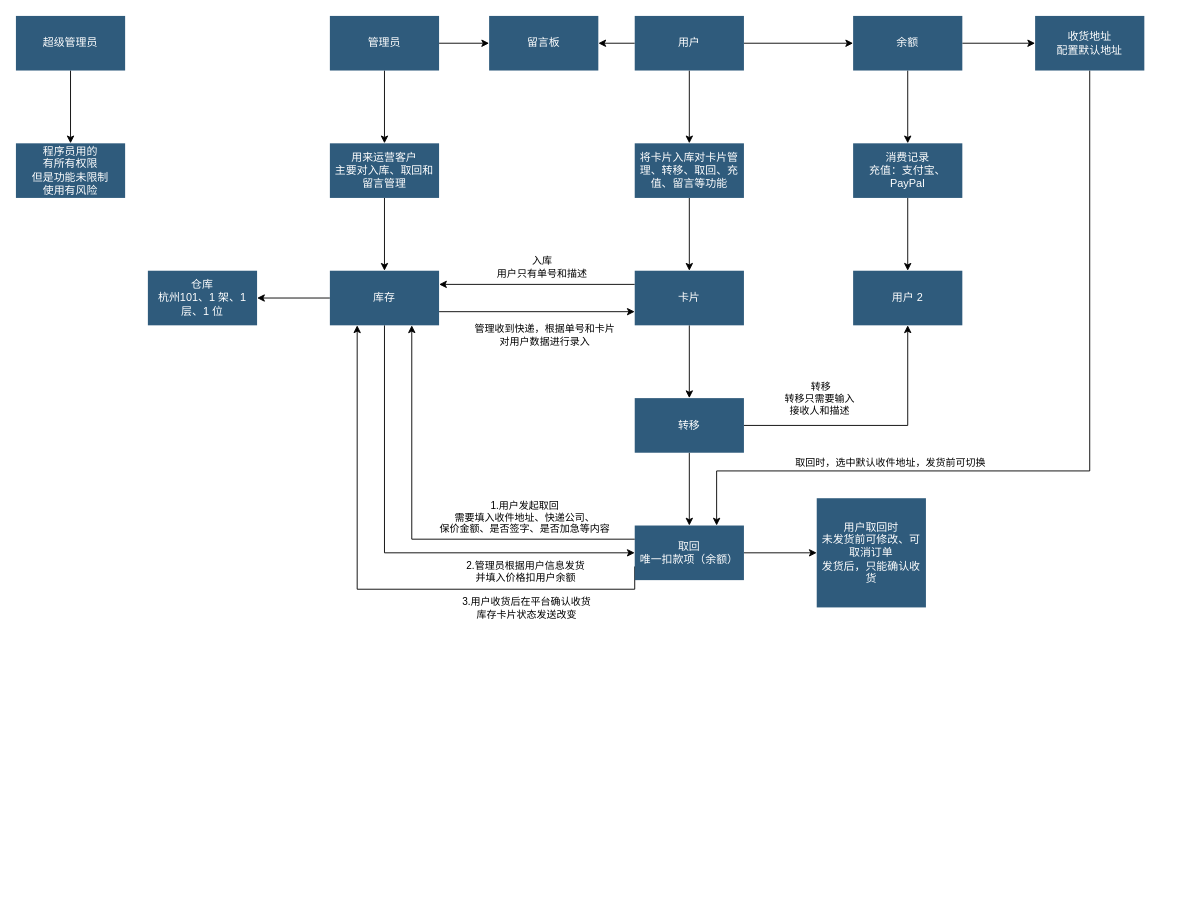
xiaoming728/draw keeps this draw.io diagram as Card.drawio. Above is the earlier version. Source tidied: cells renumbered, new cells numbered last; positions are measured from the earlier drawing's top-left corner, leaving out a move shared by most shapes. Both pictures are drawn from the tidied source at 91%, with x=0, y=0 at pixel (15, 15).
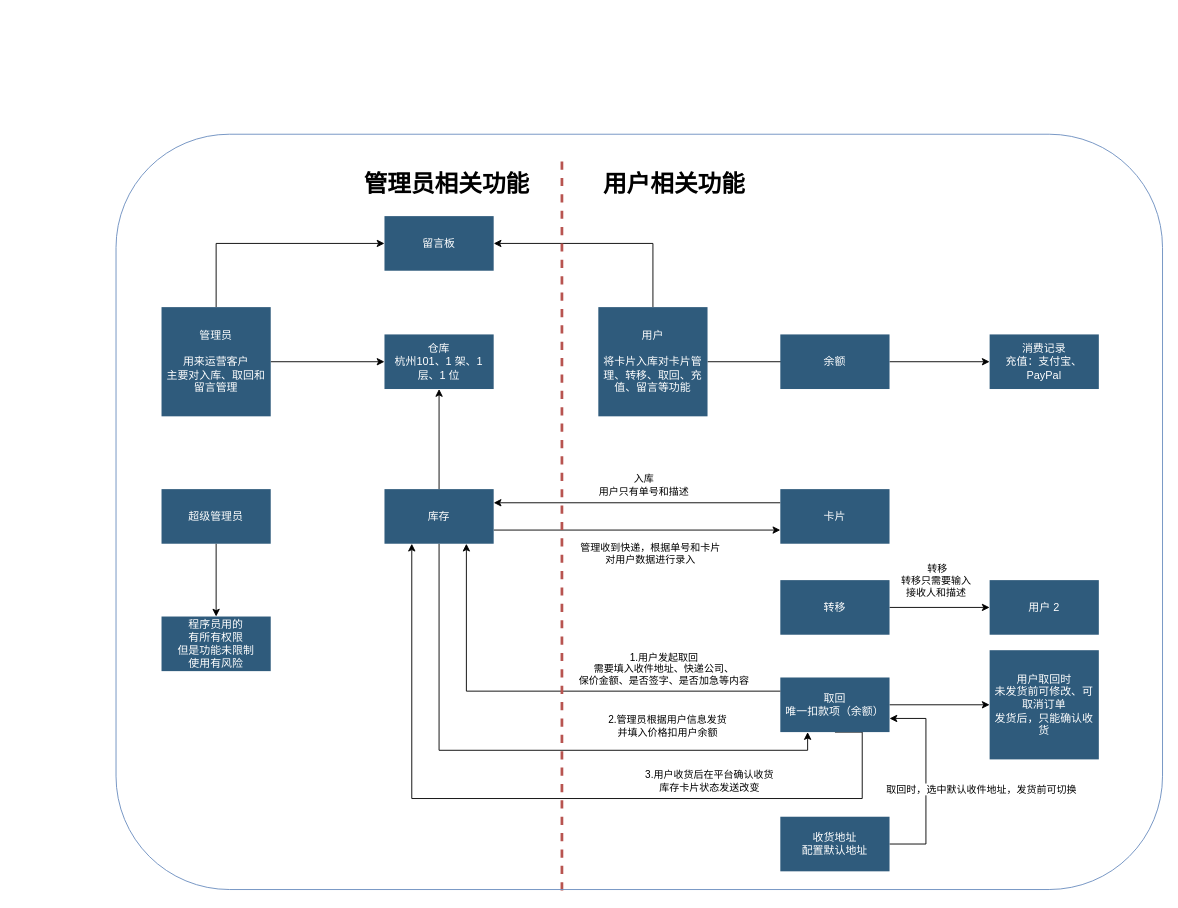
The same diagram, later.

Unchanged cells that the change refers to:
```xml
<mxCell id="19" style="edgeStyle=orthogonalEdgeStyle;rounded=0;jettySize=auto;html=1;exitX=1;exitY=0.5;exitDx=0;exitDy=0;" parent="1" edge="1" source="29" target="34">
  <mxGeometry relative="1" as="geometry" />
</mxCell>
```

Diff of the diagram source:
```diff
@@
     <mxCell id="3" value="超级管理员" style="whiteSpace=wrap;shadow=0;fontColor=#FFFFFF;fontFamily=Helvetica;fontStyle=0;html=1;fontSize=12;plain-purple;strokeColor=none;fillColor=#2f5b7c;gradientColor=none;spacing=6;verticalAlign=middle;" parent="1" vertex="1">
-      <mxGeometry width="120" height="60" as="geometry" />
+      <mxGeometry x="160" y="520" width="120" height="60" as="geometry" />
     </mxCell>
-    <mxCell id="4" style="edgeStyle=orthogonalEdgeStyle;rounded=0;jettySize=auto;html=1;" parent="1" edge="1" source="6" target="13">
-      <mxGeometry relative="1" as="geometry" />
-    </mxCell>
-    <mxCell id="5" style="edgeStyle=orthogonalEdgeStyle;rounded=0;jettySize=auto;html=1;exitX=1;exitY=0.5;exitDx=0;exitDy=0;entryX=0;entryY=0.5;entryDx=0;entryDy=0;" parent="1" edge="1" source="6" target="47">
+    <mxCell id="5" style="edgeStyle=orthogonalEdgeStyle;rounded=0;jettySize=auto;html=1;exitX=0.5;exitY=0;exitDx=0;exitDy=0;entryX=0;entryY=0.5;entryDx=0;entryDy=0;" parent="1" edge="1" source="6" target="47">
       <mxGeometry relative="1" as="geometry" />
     </mxCell>
+    <mxCell id="48" style="edgeStyle=orthogonalEdgeStyle;rounded=0;jettySize=auto;html=1;entryX=0;entryY=0.5;entryDx=0;entryDy=0;" parent="1" edge="1" source="6" target="46">
+      <mxGeometry relative="1" as="geometry" />
+    </mxCell>
-    <mxCell id="6" value="管理员" style="whiteSpace=wrap;shadow=0;fontColor=#FFFFFF;fontFamily=Helvetica;fontStyle=0;html=1;fontSize=12;plain-purple;strokeColor=none;fillColor=#2f5b7c;gradientColor=none;spacing=6;verticalAlign=middle;" parent="1" vertex="1">
-      <mxGeometry x="345" width="120" height="60" as="geometry" />
+    <mxCell id="6" value="管理员&lt;div&gt;&lt;br&gt;&lt;/div&gt;&lt;div&gt;用来运营客户&lt;div&gt;主要对入库、取回和留言管理&lt;/div&gt;&lt;/div&gt;" style="whiteSpace=wrap;shadow=0;fontColor=#FFFFFF;fontFamily=Helvetica;fontStyle=0;html=1;fontSize=12;plain-purple;strokeColor=none;fillColor=#2f5b7c;gradientColor=none;spacing=6;verticalAlign=middle;" parent="1" vertex="1">
+      <mxGeometry x="160" y="320" width="120" height="120" as="geometry" />
     </mxCell>
-    <mxCell id="7" style="edgeStyle=orthogonalEdgeStyle;rounded=0;jettySize=auto;html=1;" parent="1" edge="1" source="10" target="15">
-      <mxGeometry relative="1" as="geometry" />
-    </mxCell>
-    <mxCell id="8" style="edgeStyle=orthogonalEdgeStyle;rounded=0;jettySize=auto;html=1;" parent="1" edge="1" source="10" target="40">
-      <mxGeometry relative="1" as="geometry" />
+    <mxCell id="8" style="edgeStyle=orthogonalEdgeStyle;rounded=0;jettySize=auto;html=1;entryX=0;entryY=0.5;entryDx=0;entryDy=0;" parent="1" edge="1" source="10" target="40">
+      <mxGeometry relative="1" as="geometry">
+        <Array as="points">
+          <mxPoint x="870" y="380" />
+          <mxPoint x="870" y="380" />
+        </Array>
+      </mxGeometry>
     </mxCell>
-    <mxCell id="9" style="edgeStyle=orthogonalEdgeStyle;rounded=0;jettySize=auto;html=1;" parent="1" edge="1" source="10" target="47">
+    <mxCell id="9" style="edgeStyle=orthogonalEdgeStyle;rounded=0;jettySize=auto;html=1;entryX=1;entryY=0.5;entryDx=0;entryDy=0;exitX=0.5;exitY=0;exitDx=0;exitDy=0;" parent="1" edge="1" source="10" target="47">
       <mxGeometry relative="1" as="geometry" />
     </mxCell>
-    <mxCell id="10" value="用户" style="whiteSpace=wrap;shadow=0;fontColor=#FFFFFF;fontFamily=Helvetica;fontStyle=0;html=1;fontSize=12;plain-purple;strokeColor=none;fillColor=#2f5b7c;gradientColor=none;spacing=6;verticalAlign=middle;" parent="1" vertex="1">
-      <mxGeometry x="680" width="120" height="60" as="geometry" />
+    <mxCell id="10" value="用户&lt;div&gt;&lt;br&gt;&lt;/div&gt;&lt;div&gt;将卡片入库对卡片管理、转移、取回、充值、留言等功能&lt;/div&gt;" style="whiteSpace=wrap;shadow=0;fontColor=#FFFFFF;fontFamily=Helvetica;fontStyle=0;html=1;fontSize=12;plain-purple;strokeColor=none;fillColor=#2f5b7c;gradientColor=none;spacing=6;verticalAlign=middle;" parent="1" vertex="1">
+      <mxGeometry x="640" y="320" width="120" height="120" as="geometry" />
     </mxCell>
     <mxCell id="11" value="程序员用的&lt;div&gt;有所有权限&lt;/div&gt;&lt;div&gt;但是功能未限制&lt;/div&gt;&lt;div&gt;使用有风险&lt;/div&gt;" style="whiteSpace=wrap;html=1;fillColor=#2f5b7c;strokeColor=none;fontColor=#FFFFFF;shadow=0;fontStyle=0;gradientColor=none;spacing=6;" parent="1" vertex="1">
-      <mxGeometry y="140" width="120" height="60" as="geometry" />
+      <mxGeometry x="160" y="660" width="120" height="60" as="geometry" />
     </mxCell>
-    <mxCell id="12" style="edgeStyle=orthogonalEdgeStyle;rounded=0;jettySize=auto;html=1;" parent="1" edge="1" source="13" target="27">
-      <mxGeometry relative="1" as="geometry" />
-    </mxCell>
-    <mxCell id="13" value="用来运营客户&lt;div&gt;主要对入库、取回和留言管理&lt;/div&gt;" style="whiteSpace=wrap;html=1;fillColor=#2f5b7c;strokeColor=none;fontColor=#FFFFFF;shadow=0;fontStyle=0;gradientColor=none;spacing=6;" parent="1" vertex="1">
-      <mxGeometry x="345" y="140" width="120" height="60" as="geometry" />
-    </mxCell>
-    <mxCell id="14" style="edgeStyle=orthogonalEdgeStyle;rounded=0;jettySize=auto;html=1;" parent="1" edge="1" source="15" target="21">
-      <mxGeometry relative="1" as="geometry" />
-    </mxCell>
-    <mxCell id="15" value="将卡片入库对卡片管理、转移、取回、充值、留言等功能" style="whiteSpace=wrap;html=1;fillColor=#2f5b7c;strokeColor=none;fontColor=#FFFFFF;shadow=0;fontStyle=0;gradientColor=none;spacing=6;" parent="1" vertex="1">
-      <mxGeometry x="680" y="140" width="120" height="60" as="geometry" />
-    </mxCell>
@@
-    <mxCell id="18" style="edgeStyle=orthogonalEdgeStyle;rounded=0;jettySize=auto;html=1;" parent="1" edge="1" source="21" target="29">
-      <mxGeometry relative="1" as="geometry" />
-    </mxCell>
@@
     <mxCell id="20" value="&amp;nbsp;转移&lt;div&gt;转移只需要输入&lt;/div&gt;&lt;div&gt;接收人和描述&lt;/div&gt;" style="edgeLabel;html=1;align=center;verticalAlign=middle;" parent="19" vertex="1">
       <mxGeometry x="-0.63" y="-2" relative="1" as="geometry">
-        <mxPoint x="28" y="-32" as="offset" />
+        <mxPoint x="30" y="-32" as="offset" />
       </mxGeometry>
     </mxCell>
     <mxCell id="21" value="卡片" style="whiteSpace=wrap;html=1;fillColor=#2f5b7c;strokeColor=none;fontColor=#FFFFFF;shadow=0;fontStyle=0;gradientColor=none;spacing=6;" parent="1" vertex="1">
-      <mxGeometry x="680" y="280" width="120" height="60" as="geometry" />
+      <mxGeometry x="840" y="520" width="120" height="60" as="geometry" />
     </mxCell>
@@
-    <mxCell id="24" style="edgeStyle=orthogonalEdgeStyle;rounded=0;jettySize=auto;html=1;exitX=0.5;exitY=1;exitDx=0;exitDy=0;entryX=0;entryY=0.5;entryDx=0;entryDy=0;" parent="1" edge="1" source="27" target="33">
+    <mxCell id="24" style="edgeStyle=orthogonalEdgeStyle;rounded=0;jettySize=auto;html=1;exitX=0.5;exitY=1;exitDx=0;exitDy=0;entryX=0.25;entryY=1;entryDx=0;entryDy=0;" parent="1" edge="1" source="27" target="33">
       <mxGeometry relative="1" as="geometry" />
     </mxCell>
     <mxCell id="25" value="2.管理员根据用户信息发货&lt;div&gt;并填入价格扣用户余额&lt;/div&gt;" style="edgeLabel;html=1;align=center;verticalAlign=middle;" parent="24" vertex="1">
       <mxGeometry x="0.49" y="-2" relative="1" as="geometry">
-        <mxPoint x="13" y="18" as="offset" />
+        <mxPoint x="-9" y="-29" as="offset" />
       </mxGeometry>
     </mxCell>
@@
     <mxCell id="27" value="库存" style="whiteSpace=wrap;html=1;fillColor=#2f5b7c;strokeColor=none;fontColor=#FFFFFF;shadow=0;fontStyle=0;gradientColor=none;spacing=6;" parent="1" vertex="1">
-      <mxGeometry x="345" y="280" width="120" height="60" as="geometry" />
+      <mxGeometry x="405" y="520" width="120" height="60" as="geometry" />
     </mxCell>
-    <mxCell id="28" style="edgeStyle=orthogonalEdgeStyle;rounded=0;jettySize=auto;html=1;" parent="1" edge="1" source="29" target="33">
-      <mxGeometry relative="1" as="geometry" />
-    </mxCell>
     <mxCell id="29" value="转移" style="whiteSpace=wrap;html=1;fillColor=#2f5b7c;strokeColor=none;fontColor=#FFFFFF;shadow=0;fontStyle=0;gradientColor=none;spacing=6;" parent="1" vertex="1">
-      <mxGeometry x="680" y="420" width="120" height="60" as="geometry" />
+      <mxGeometry x="840" y="620" width="120" height="60" as="geometry" />
     </mxCell>
-    <mxCell id="30" style="edgeStyle=orthogonalEdgeStyle;rounded=0;jettySize=auto;html=1;exitX=0;exitY=0.75;exitDx=0;exitDy=0;entryX=0.25;entryY=1;entryDx=0;entryDy=0;" parent="1" edge="1" source="33" target="27">
+    <mxCell id="30" style="edgeStyle=orthogonalEdgeStyle;rounded=0;jettySize=auto;html=1;exitX=0.5;exitY=1;exitDx=0;exitDy=0;entryX=0.25;entryY=1;entryDx=0;entryDy=0;" parent="1" edge="1" source="33" target="27">
       <mxGeometry relative="1" as="geometry">
         <Array as="points">
-          <mxPoint x="680" y="630" />
-          <mxPoint x="375" y="630" />
+          <mxPoint x="930" y="787" />
+          <mxPoint x="930" y="860" />
+          <mxPoint x="435" y="860" />
         </Array>
       </mxGeometry>
     </mxCell>
     <mxCell id="31" value="3.用户收货后在平台确认收货&lt;div&gt;库存卡片状态发送改变&lt;/div&gt;" style="edgeLabel;html=1;align=center;verticalAlign=middle;" parent="30" vertex="1">
       <mxGeometry x="-0.48" y="2" relative="1" as="geometry">
-        <mxPoint x="16" y="18" as="offset" />
+        <mxPoint x="-44" y="-22" as="offset" />
       </mxGeometry>
     </mxCell>
-    <mxCell id="32" style="edgeStyle=orthogonalEdgeStyle;rounded=0;jettySize=auto;html=1;" parent="1" edge="1" source="33" target="37">
+    <mxCell id="32" style="edgeStyle=orthogonalEdgeStyle;rounded=0;jettySize=auto;html=1;entryX=0;entryY=0.5;entryDx=0;entryDy=0;" parent="1" edge="1" source="33" target="37">
       <mxGeometry relative="1" as="geometry" />
     </mxCell>
     <mxCell id="33" value="取回&lt;div&gt;唯一扣款项（余额）&lt;/div&gt;" style="whiteSpace=wrap;html=1;fillColor=#2f5b7c;strokeColor=none;fontColor=#FFFFFF;shadow=0;fontStyle=0;gradientColor=none;spacing=6;" parent="1" vertex="1">
-      <mxGeometry x="680" y="560" width="120" height="60" as="geometry" />
+      <mxGeometry x="840" y="727" width="120" height="60" as="geometry" />
     </mxCell>
     <mxCell id="34" value="用户 2" style="whiteSpace=wrap;shadow=0;fontColor=#FFFFFF;fontFamily=Helvetica;fontStyle=0;html=1;fontSize=12;plain-purple;strokeColor=none;fillColor=#2f5b7c;gradientColor=none;spacing=6;verticalAlign=middle;" parent="1" vertex="1">
-      <mxGeometry x="920" y="280" width="120" height="60" as="geometry" />
+      <mxGeometry x="1070" y="620" width="120" height="60" as="geometry" />
     </mxCell>
@@
     <mxCell id="37" value="用户取回时&lt;div&gt;未发货前可修改、可取消订单&lt;/div&gt;&lt;div&gt;发货后，只能确认收货&lt;/div&gt;" style="whiteSpace=wrap;html=1;fillColor=#2f5b7c;strokeColor=none;fontColor=#FFFFFF;shadow=0;fontStyle=0;gradientColor=none;spacing=6;" parent="1" vertex="1">
-      <mxGeometry x="880" y="530" width="120" height="120" as="geometry" />
+      <mxGeometry x="1070" y="697" width="120" height="120" as="geometry" />
     </mxCell>
@@
-    <mxCell id="39" style="edgeStyle=orthogonalEdgeStyle;rounded=0;jettySize=auto;html=1;" parent="1" edge="1" source="40" target="45">
-      <mxGeometry relative="1" as="geometry" />
-    </mxCell>
     <mxCell id="40" value="余额" style="whiteSpace=wrap;html=1;fillColor=#2f5b7c;strokeColor=none;fontColor=#FFFFFF;shadow=0;fontStyle=0;gradientColor=none;spacing=6;" parent="1" vertex="1">
-      <mxGeometry x="920" width="120" height="60" as="geometry" />
+      <mxGeometry x="840" y="350" width="120" height="60" as="geometry" />
     </mxCell>
-    <mxCell id="41" style="edgeStyle=orthogonalEdgeStyle;rounded=0;jettySize=auto;html=1;" parent="1" edge="1" source="42" target="34">
-      <mxGeometry relative="1" as="geometry" />
-    </mxCell>
     <mxCell id="42" value="消费记录&lt;div&gt;充值：支付宝、PayPal&lt;/div&gt;" style="whiteSpace=wrap;html=1;fillColor=#2f5b7c;strokeColor=none;fontColor=#FFFFFF;shadow=0;fontStyle=0;gradientColor=none;spacing=6;" parent="1" vertex="1">
-      <mxGeometry x="920" y="140" width="120" height="60" as="geometry" />
+      <mxGeometry x="1070" y="350" width="120" height="60" as="geometry" />
     </mxCell>
-    <mxCell id="43" style="edgeStyle=orthogonalEdgeStyle;rounded=0;jettySize=auto;html=1;exitX=0.5;exitY=1;exitDx=0;exitDy=0;entryX=0.75;entryY=0;entryDx=0;entryDy=0;" parent="1" edge="1" source="45" target="33">
+    <mxCell id="43" style="edgeStyle=orthogonalEdgeStyle;rounded=0;jettySize=auto;html=1;exitX=1;exitY=0.5;exitDx=0;exitDy=0;entryX=1;entryY=0.75;entryDx=0;entryDy=0;" parent="1" edge="1" source="45" target="33">
       <mxGeometry relative="1" as="geometry">
         <Array as="points">
-          <mxPoint x="1180" y="500" />
-          <mxPoint x="770" y="500" />
+          <mxPoint x="1000" y="910" />
+          <mxPoint x="1000" y="772" />
         </Array>
       </mxGeometry>
     </mxCell>
     <mxCell id="44" value="取回时，选中默认收件地址，发货前可切换" style="edgeLabel;html=1;align=center;verticalAlign=middle;" parent="43" vertex="1">
       <mxGeometry x="0.5" y="-3" relative="1" as="geometry">
-        <mxPoint x="23" y="-7" as="offset" />
+        <mxPoint x="57" y="63" as="offset" />
       </mxGeometry>
     </mxCell>
     <mxCell id="45" value="收货地址&lt;div&gt;配置默认地址&lt;/div&gt;" style="whiteSpace=wrap;html=1;fillColor=#2f5b7c;strokeColor=none;fontColor=#FFFFFF;shadow=0;fontStyle=0;gradientColor=none;spacing=6;" parent="1" vertex="1">
-      <mxGeometry x="1120" width="120" height="60" as="geometry" />
+      <mxGeometry x="840" y="880" width="120" height="60" as="geometry" />
     </mxCell>
     <mxCell id="46" value="仓库&lt;div&gt;杭州101、1 架、1 层、1 位&lt;/div&gt;" style="whiteSpace=wrap;html=1;fillColor=#2f5b7c;strokeColor=none;fontColor=#FFFFFF;shadow=0;fontStyle=0;gradientColor=none;spacing=6;" parent="1" vertex="1">
-      <mxGeometry x="145" y="280" width="120" height="60" as="geometry" />
+      <mxGeometry x="405" y="350" width="120" height="60" as="geometry" />
     </mxCell>
     <mxCell id="47" value="留言板" style="whiteSpace=wrap;html=1;fillColor=#2f5b7c;strokeColor=none;fontColor=#FFFFFF;shadow=0;fontStyle=0;gradientColor=none;spacing=6;" parent="1" vertex="1">
-      <mxGeometry x="520" width="120" height="60" as="geometry" />
+      <mxGeometry x="405" y="220" width="120" height="60" as="geometry" />
     </mxCell>
+    <mxCell id="49" style="endArrow=none;html=1;rounded=0;dashed=1;strokeWidth=3;fillColor=#f8cecc;strokeColor=#b85450;" parent="1" edge="1">
+      <mxGeometry relative="1" as="geometry">
+        <mxPoint x="600" y="961" as="sourcePoint" />
+        <mxPoint x="600" y="160" as="targetPoint" />
+      </mxGeometry>
+    </mxCell>
+    <mxCell id="50" value="&lt;b&gt;&lt;font style=&quot;font-size: 26px;&quot;&gt;&amp;nbsp;用户相关功能&lt;/font&gt;&lt;/b&gt;" style="text;html=1;align=center;verticalAlign=middle;whiteSpace=wrap;rounded=0;" parent="1" vertex="1">
+      <mxGeometry x="610" y="170" width="220" height="30" as="geometry" />
+    </mxCell>
+    <mxCell id="51" value="&lt;b&gt;&lt;font style=&quot;font-size: 26px;&quot;&gt;&amp;nbsp;管理员相关功能&lt;/font&gt;&lt;/b&gt;" style="text;html=1;align=center;verticalAlign=middle;whiteSpace=wrap;rounded=0;" parent="1" vertex="1">
+      <mxGeometry x="360" y="170" width="220" height="30" as="geometry" />
+    </mxCell>
+    <mxCell id="52" style="rounded=1;whiteSpace=wrap;html=1;fillColor=none;strokeColor=#6c8ebf;" parent="1" vertex="1">
+      <mxGeometry x="110" y="130" width="1150" height="830" as="geometry" />
+    </mxCell>
```
